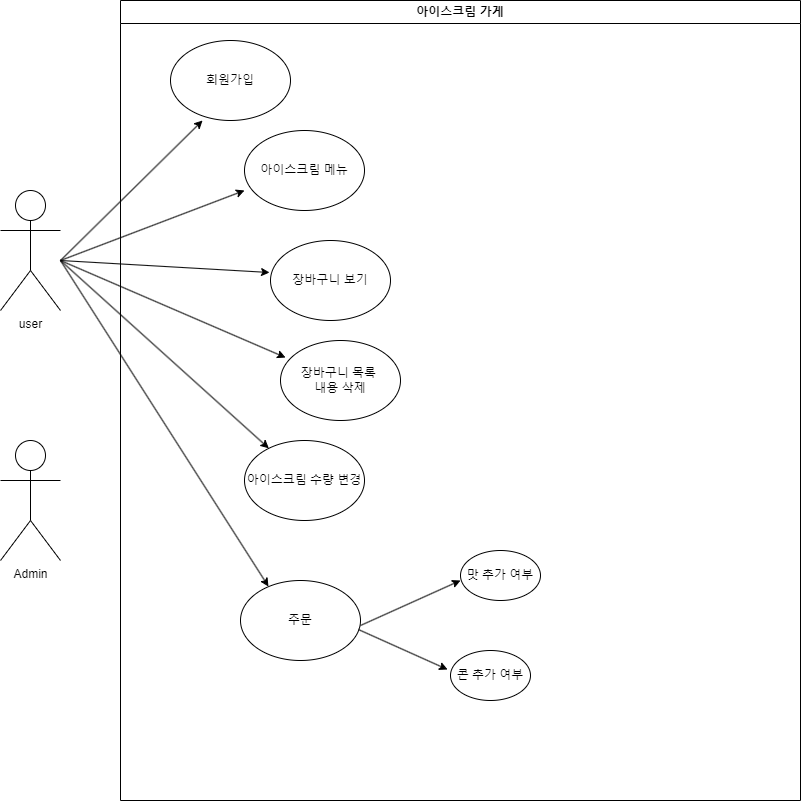
This is mini_project_use-case.png from junHyeokP/Algorithm, a draw.io export, as it was before one commit. Source tidied: cells renumbered, new cells last; positions are measured from the earlier drawing's top-left corner, leaving out a move shared by most shapes.
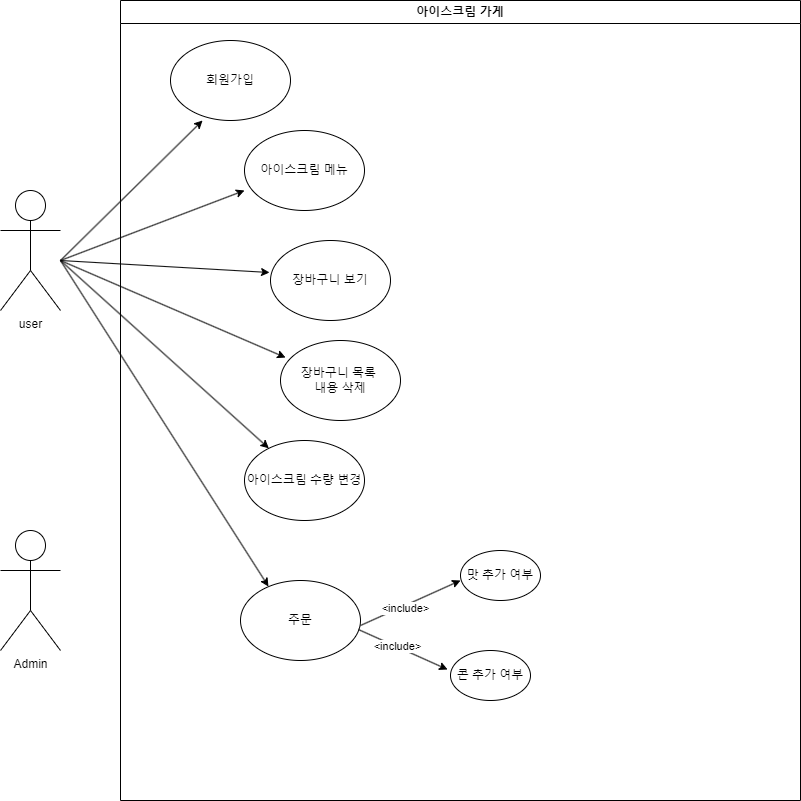
The same diagram one commit later.

Diff of the diagram source:
```diff
@@ -6,7 +6,7 @@
       <mxGeometry y="190" width="60" height="120" as="geometry" />
     </mxCell>
     <mxCell id="3" value="Admin" style="shape=umlActor;verticalLabelPosition=bottom;verticalAlign=top;html=1;" parent="1" vertex="1">
-      <mxGeometry y="440" width="60" height="120" as="geometry" />
+      <mxGeometry y="530" width="60" height="120" as="geometry" />
     </mxCell>
     <mxCell id="4" value="아이스크림 가게" style="swimlane;whiteSpace=wrap;html=1;" parent="1" vertex="1">
       <mxGeometry x="120" width="680" height="800" as="geometry" />
@@ -46,9 +46,17 @@
         <mxPoint x="340" y="580" as="targetPoint" />
       </mxGeometry>
     </mxCell>
+    <mxCell id="21" value="&amp;lt;include&amp;gt;" style="edgeLabel;html=1;align=center;verticalAlign=middle;" parent="14" vertex="1">
+      <mxGeometry x="-0.12" y="-2" relative="1" as="geometry" />
+    </mxCell>
     <mxCell id="15" style="endArrow=classic;html=1;rounded=0;exitX=0.983;exitY=0.613;exitDx=0;exitDy=0;exitPerimeter=0;entryX=-0.037;entryY=0.38;entryDx=0;entryDy=0;entryPerimeter=0;" parent="4" edge="1" source="12" target="8">
       <mxGeometry relative="1" as="geometry" />
     </mxCell>
+    <mxCell id="22" value="&amp;lt;include&amp;gt;" style="edgeLabel;html=1;align=center;verticalAlign=middle;" parent="15" vertex="1">
+      <mxGeometry x="-0.13" y="1" relative="1" as="geometry">
+        <mxPoint x="-1" as="offset" />
+      </mxGeometry>
+    </mxCell>
     <mxCell id="16" style="endArrow=classic;html=1;rounded=0;entryX=0;entryY=0.75;entryDx=0;entryDy=0;entryPerimeter=0;" parent="1" edge="1" target="7">
       <mxGeometry relative="1" as="geometry">
         <mxPoint x="60" y="260" as="sourcePoint" />
```
